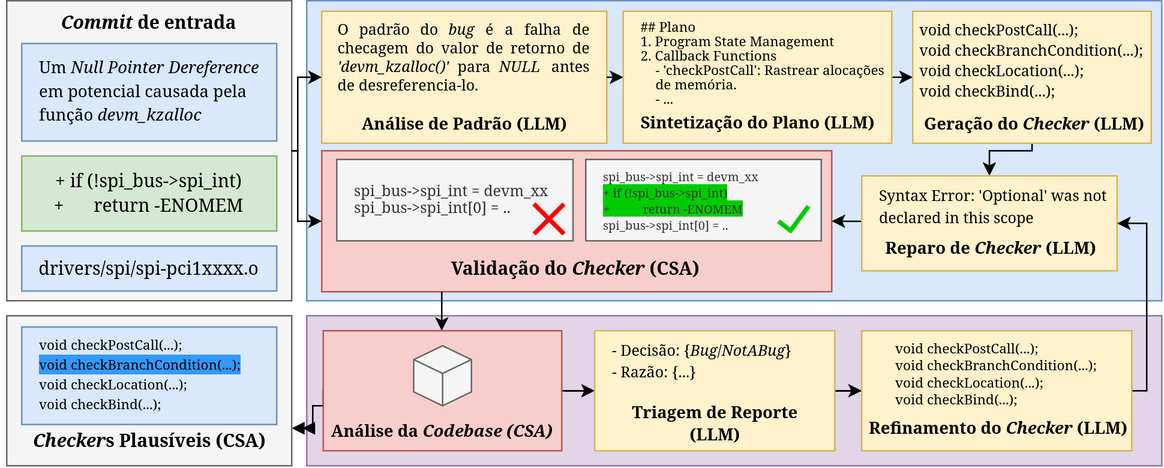
Earlier version of the draw.io export tcc1/Images/Overview-KNighter.png (caiocxs/tcc_1). Source tidied: cells renumbered, new cells last; positions are measured from the earlier drawing's top-left corner, leaving out a move shared by most shapes.
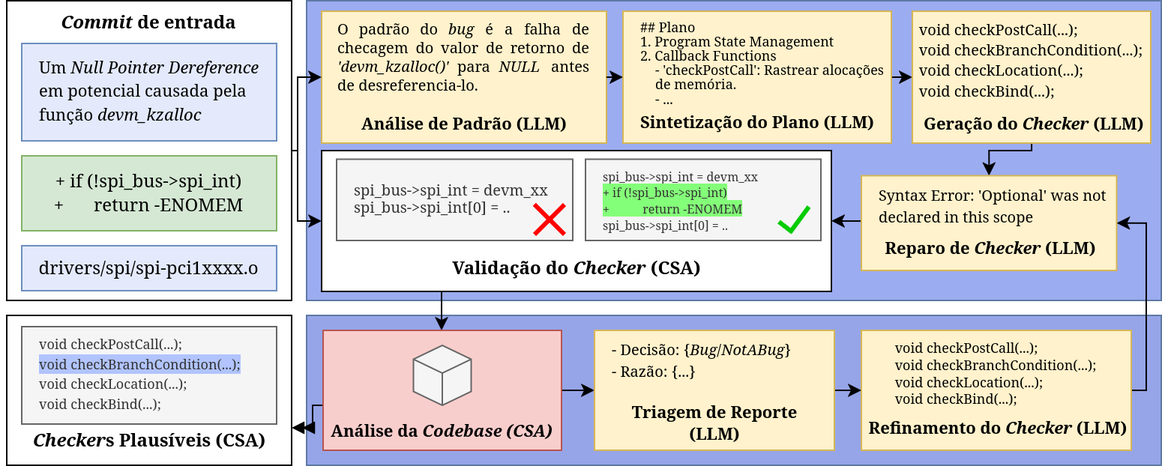
After the change.

What changed in the source:
```diff
@@ -2,47 +2,47 @@
   <root>
     <mxCell id="0" />
     <mxCell id="1" parent="0" />
-    <mxCell id="2" style="rounded=0;whiteSpace=wrap;html=1;fillColor=#f5f5f5;fontColor=#333333;strokeColor=#666666;" parent="1" vertex="1">
-      <mxGeometry x="4" width="190" height="200" as="geometry" />
-    </mxCell>
+    <mxCell id="45" style="rounded=0;whiteSpace=wrap;html=1;" parent="1" vertex="1">
+      <mxGeometry x="4" width="190" height="200" as="geometry" />
+    </mxCell>
     <mxCell id="3" value="&lt;font face=&quot;Latin-Modern&quot;&gt;&lt;i&gt;Commit&lt;/i&gt; de entrada&lt;/font&gt;" style="rounded=0;whiteSpace=wrap;html=1;fillColor=none;strokeColor=none;fontStyle=1;" parent="1" vertex="1">
       <mxGeometry x="39" y="6.5" width="120" height="17" as="geometry" />
     </mxCell>
-    <mxCell id="4" value="&lt;div style=&quot;padding-right: 10px; padding-left: 10px;&quot; align=&quot;left&quot;&gt;&lt;font face=&quot;Latin-Modern&quot; style=&quot;font-size: 11px;&quot;&gt;Um &lt;i&gt;Null Pointer Dereference&lt;/i&gt; em potencial causada pela função &lt;i&gt;devm_kzalloc&lt;/i&gt;&lt;/font&gt;&lt;/div&gt;" style="rounded=0;whiteSpace=wrap;html=1;fillColor=#dae8fc;strokeColor=#6c8ebf;align=left;" parent="1" vertex="1">
+    <mxCell id="4" value="&lt;div style=&quot;padding-right: 10px; padding-left: 10px;&quot; align=&quot;left&quot;&gt;&lt;font face=&quot;Latin-Modern&quot; style=&quot;font-size: 11px;&quot;&gt;Um &lt;i&gt;Null Pointer Dereference&lt;/i&gt; em potencial causada pela função &lt;i&gt;devm_kzalloc&lt;/i&gt;&lt;/font&gt;&lt;/div&gt;" style="rounded=0;whiteSpace=wrap;html=1;fillColor=#E4EAFC;strokeColor=#6c8ebf;align=left;" parent="1" vertex="1">
       <mxGeometry x="14" y="28.5" width="170" height="65" as="geometry" />
     </mxCell>
     <mxCell id="5" value="&lt;div&gt;&lt;font face=&quot;Latin-Modern&quot;&gt;+ if (!spi_bus-&amp;gt;spi_int)&lt;/font&gt;&lt;/div&gt;&lt;div align=&quot;left&quot;&gt;&lt;font face=&quot;Latin-Modern&quot;&gt;+&lt;span style=&quot;white-space: pre;&quot;&gt;&#9;&lt;/span&gt;return -ENOMEM&lt;/font&gt;&lt;/div&gt;" style="rounded=0;whiteSpace=wrap;html=1;fillColor=#d5e8d4;strokeColor=#82b366;" parent="1" vertex="1">
       <mxGeometry x="14" y="103.5" width="170" height="50" as="geometry" />
     </mxCell>
-    <mxCell id="6" value="&lt;font face=&quot;Latin-Modern&quot;&gt;drivers/spi/spi-pci1xxxx.o&lt;/font&gt;" style="rounded=0;whiteSpace=wrap;html=1;fillColor=#dae8fc;strokeColor=#6c8ebf;" parent="1" vertex="1">
+    <mxCell id="6" value="&lt;font face=&quot;Latin-Modern&quot;&gt;drivers/spi/spi-pci1xxxx.o&lt;/font&gt;" style="rounded=0;whiteSpace=wrap;html=1;fillColor=#E4EAFC;strokeColor=#6c8ebf;" parent="1" vertex="1">
       <mxGeometry x="14" y="163.5" width="170" height="30" as="geometry" />
     </mxCell>
-    <mxCell id="7" style="rounded=0;whiteSpace=wrap;html=1;fillColor=#dae8fc;strokeColor=#6c8ebf;" parent="1" vertex="1">
-      <mxGeometry x="204" width="570" height="200" as="geometry" />
-    </mxCell>
+    <mxCell id="46" style="rounded=0;whiteSpace=wrap;html=1;fillColor=#9CACF0;strokeColor=#5D79A4;" parent="1" vertex="1">
+      <mxGeometry x="204" width="570" height="200" as="geometry" />
+    </mxCell>
     <mxCell id="8" value="&lt;div style=&quot;line-height: 100%;&quot;&gt;&lt;div align=&quot;justify&quot;&gt;&lt;div style=&quot;padding-left: 10px; padding-right: 10px;&quot;&gt;&lt;font style=&quot;font-size: 10px; line-height: 100%;&quot; face=&quot;Latin-Modern&quot;&gt;O padrão do &lt;i&gt;bug&lt;/i&gt; é a falha de checagem do valor de retorno de &lt;i&gt;'devm_kzalloc()'&lt;/i&gt; para &lt;i&gt;NULL&lt;/i&gt; antes de desreferencia-lo.&lt;/font&gt;&lt;/div&gt;&lt;/div&gt;&lt;/div&gt;" style="rounded=0;whiteSpace=wrap;html=1;fillColor=#fff2cc;strokeColor=#d6b656;labelPosition=center;verticalLabelPosition=middle;align=center;verticalAlign=top;" parent="1" vertex="1">
       <mxGeometry x="214" y="7" width="190" height="88" as="geometry" />
     </mxCell>
-    <mxCell id="9" style="edgeStyle=orthogonalEdgeStyle;rounded=0;jettySize=auto;html=1;entryX=0;entryY=0.5;entryDx=0;entryDy=0;" parent="1" edge="1" target="8">
-      <mxGeometry relative="1" as="geometry">
-        <mxPoint x="194" y="100" as="sourcePoint" />
-        <Array as="points">
-          <mxPoint x="198" y="100" />
-          <mxPoint x="198" y="51" />
-        </Array>
-      </mxGeometry>
-    </mxCell>
-    <mxCell id="10" style="rounded=0;whiteSpace=wrap;html=1;fillColor=#f8cecc;strokeColor=#b85450;" parent="1" vertex="1">
-      <mxGeometry x="214" y="100" width="340" height="94" as="geometry" />
-    </mxCell>
-    <mxCell id="11" style="edgeStyle=orthogonalEdgeStyle;rounded=0;jettySize=auto;html=1;entryX=0;entryY=0.5;entryDx=0;entryDy=0;exitX=1;exitY=0.5;exitDx=0;exitDy=0;" parent="1" edge="1" source="2" target="10">
-      <mxGeometry relative="1" as="geometry">
-        <Array as="points">
-          <mxPoint x="198" y="100" />
-          <mxPoint x="198" y="147" />
-        </Array>
-      </mxGeometry>
-    </mxCell>
+    <mxCell id="47" style="edgeStyle=orthogonalEdgeStyle;rounded=0;jettySize=auto;html=1;entryX=0;entryY=0.5;entryDx=0;entryDy=0;" parent="1" edge="1" target="8">
+      <mxGeometry relative="1" as="geometry">
+        <mxPoint x="194" y="100" as="sourcePoint" />
+        <Array as="points">
+          <mxPoint x="198" y="100" />
+          <mxPoint x="198" y="51" />
+        </Array>
+      </mxGeometry>
+    </mxCell>
+    <mxCell id="48" style="rounded=0;whiteSpace=wrap;html=1;" parent="1" vertex="1">
+      <mxGeometry x="214" y="100" width="340" height="94" as="geometry" />
+    </mxCell>
+    <mxCell id="49" style="edgeStyle=orthogonalEdgeStyle;rounded=0;jettySize=auto;html=1;entryX=0;entryY=0.5;entryDx=0;entryDy=0;exitX=1;exitY=0.5;exitDx=0;exitDy=0;" parent="1" edge="1" source="45" target="48">
+      <mxGeometry relative="1" as="geometry">
+        <Array as="points">
+          <mxPoint x="198" y="100" />
+          <mxPoint x="198" y="147" />
+        </Array>
+      </mxGeometry>
+    </mxCell>
     <mxCell id="12" value="&lt;font face=&quot;Latin-Modern&quot;&gt;Análise de Padrão (LLM)&lt;/font&gt;" style="rounded=0;whiteSpace=wrap;html=1;fillColor=none;strokeColor=none;fontStyle=1;fontSize=11;" parent="1" vertex="1">
       <mxGeometry x="236.5" y="73" width="145" height="17" as="geometry" />
     </mxCell>
@@ -81,16 +81,16 @@
     <mxCell id="19" value="&lt;font face=&quot;Latin-Modern&quot;&gt;&amp;nbsp;Geração do &lt;i&gt;Checker&lt;/i&gt; (LLM)&lt;/font&gt;" style="rounded=0;whiteSpace=wrap;html=1;fillColor=none;strokeColor=none;fontStyle=1;fontSize=11;" parent="1" vertex="1">
       <mxGeometry x="609.8" y="73" width="155.5" height="17" as="geometry" />
     </mxCell>
-    <mxCell id="20" style="edgeStyle=orthogonalEdgeStyle;rounded=0;orthogonalLoop=1;jettySize=auto;html=1;entryX=1;entryY=0.5;entryDx=0;entryDy=0;" parent="1" edge="1">
-      <mxGeometry relative="1" as="geometry">
-        <mxPoint x="574" y="149.9" as="sourcePoint" />
-        <mxPoint x="554" y="146.9" as="targetPoint" />
-        <Array as="points">
-          <mxPoint x="574" y="147" />
-          <mxPoint x="564" y="147" />
-        </Array>
-      </mxGeometry>
-    </mxCell>
+    <mxCell id="50" style="edgeStyle=orthogonalEdgeStyle;rounded=0;orthogonalLoop=1;jettySize=auto;html=1;entryX=1;entryY=0.5;entryDx=0;entryDy=0;" parent="1" edge="1">
+      <mxGeometry relative="1" as="geometry">
+        <mxPoint x="574" y="149.9" as="sourcePoint" />
+        <mxPoint x="554" y="146.9" as="targetPoint" />
+        <Array as="points">
+          <mxPoint x="574" y="147" />
+          <mxPoint x="564" y="147" />
+        </Array>
+      </mxGeometry>
+    </mxCell>
     <mxCell id="21" value="&lt;font style=&quot;font-size: 10px;&quot; face=&quot;Latin-Modern&quot;&gt;Syntax Error: 'Optional' was not declared in this scope&lt;/font&gt;" style="rounded=0;whiteSpace=wrap;html=1;fillColor=#fff2cc;strokeColor=#d6b656;labelPosition=center;verticalLabelPosition=middle;align=left;verticalAlign=top;fontFamily=Helvetica;fontSize=12;fontColor=default;fontStyle=0;spacingLeft=10;" parent="1" vertex="1">
       <mxGeometry x="574" y="116.8" width="170.2" height="63.2" as="geometry" />
     </mxCell>
@@ -100,54 +100,54 @@
     <mxCell id="23" value="&lt;div style=&quot;line-height: 90%;&quot;&gt;&lt;div align=&quot;left&quot;&gt;&lt;font style=&quot;font-size: 10px; line-height: 90%;&quot; face=&quot;Latin-Modern&quot;&gt;spi_bus-&amp;gt;spi_int = devm_xx&lt;/font&gt;&lt;/div&gt;&lt;div align=&quot;left&quot;&gt;&lt;font style=&quot;font-size: 10px; line-height: 90%;&quot; face=&quot;Latin-Modern&quot;&gt;spi_bus-&amp;gt;spi_int[0] = ..&lt;/font&gt;&lt;/div&gt;&lt;/div&gt;" style="rounded=0;whiteSpace=wrap;html=1;fillColor=#f5f5f5;strokeColor=#666666;labelPosition=center;verticalLabelPosition=middle;align=left;verticalAlign=middle;spacingLeft=10;fontColor=#333333;" parent="1" vertex="1">
       <mxGeometry x="224" y="105.8" width="157.5" height="54.2" as="geometry" />
     </mxCell>
-    <mxCell id="24" value="&lt;div style=&quot;line-height: 90%;&quot;&gt;&lt;div align=&quot;left&quot;&gt;&lt;font style=&quot;font-size: 8px; line-height: 90%;&quot; face=&quot;Latin-Modern&quot;&gt;spi_bus-&amp;gt;spi_int = devm_xx&lt;/font&gt;&lt;/div&gt;&lt;div align=&quot;left&quot;&gt;&lt;font style=&quot;background-color: rgb(0, 204, 0); font-size: 8px; line-height: 90%;&quot; face=&quot;Latin-Modern&quot;&gt;+ if (!spi_bus-&amp;gt;spi_int)&lt;/font&gt;&lt;/div&gt;&lt;div align=&quot;left&quot;&gt;&lt;font style=&quot;background-color: rgb(0, 204, 0); font-size: 8px; line-height: 90%;&quot; face=&quot;Latin-Modern&quot;&gt;+&amp;nbsp;&lt;span style=&quot;white-space: pre;&quot;&gt;&#9;return -ENOMEM&lt;/span&gt;&lt;/font&gt;&lt;/div&gt;&lt;div align=&quot;left&quot;&gt;&lt;font style=&quot;font-size: 8px; line-height: 90%;&quot; face=&quot;Latin-Modern&quot;&gt;&lt;span style=&quot;white-space: pre;&quot;&gt;spi_bus-&amp;gt;spi_int[0] = ..&lt;/span&gt;&lt;/font&gt;&lt;/div&gt;&lt;/div&gt;" style="rounded=0;whiteSpace=wrap;html=1;fillColor=#f5f5f5;strokeColor=#666666;labelPosition=center;verticalLabelPosition=middle;align=left;verticalAlign=top;spacingLeft=10;fontColor=#333333;" parent="1" vertex="1">
+    <mxCell id="24" value="&lt;div style=&quot;line-height: 90%;&quot;&gt;&lt;div align=&quot;left&quot;&gt;&lt;font style=&quot;font-size: 8px; line-height: 90%;&quot; face=&quot;Latin-Modern&quot;&gt;spi_bus-&amp;gt;spi_int = devm_xx&lt;/font&gt;&lt;/div&gt;&lt;div align=&quot;left&quot;&gt;&lt;font style=&quot;font-size: 8px; line-height: 90%; background-color: rgb(132, 255, 121);&quot; face=&quot;Latin-Modern&quot;&gt;+ if (!spi_bus-&amp;gt;spi_int)&lt;/font&gt;&lt;/div&gt;&lt;div align=&quot;left&quot;&gt;&lt;font style=&quot;font-size: 8px; line-height: 90%; background-color: rgb(132, 255, 121);&quot; face=&quot;Latin-Modern&quot;&gt;+&amp;nbsp;&lt;span style=&quot;white-space: pre;&quot;&gt;&#9;return -ENOMEM&lt;/span&gt;&lt;/font&gt;&lt;/div&gt;&lt;div align=&quot;left&quot;&gt;&lt;font style=&quot;font-size: 8px; line-height: 90%;&quot; face=&quot;Latin-Modern&quot;&gt;&lt;span style=&quot;white-space: pre;&quot;&gt;spi_bus-&amp;gt;spi_int[0] = ..&lt;/span&gt;&lt;/font&gt;&lt;/div&gt;&lt;/div&gt;" style="rounded=0;whiteSpace=wrap;html=1;fillColor=#f5f5f5;strokeColor=#666666;labelPosition=center;verticalLabelPosition=middle;align=left;verticalAlign=top;spacingLeft=10;fontColor=#333333;" parent="1" vertex="1">
       <mxGeometry x="390" y="105.8" width="157" height="54.2" as="geometry" />
     </mxCell>
-    <mxCell id="25" style="shape=umlDestroy;whiteSpace=wrap;html=1;strokeWidth=3;targetShapes=umlLifeline;fillColor=#f8cecc;strokeColor=#FF0000;" parent="1" vertex="1">
-      <mxGeometry x="356" y="136" width="20" height="20" as="geometry" />
-    </mxCell>
-    <mxCell id="26" style="endArrow=none;html=1;rounded=0;strokeWidth=3;strokeColor=#00CC00;" parent="1" edge="1">
-      <mxGeometry relative="1" as="geometry">
-        <mxPoint x="526.5" y="154.5" as="sourcePoint" />
-        <mxPoint x="539" y="137.5" as="targetPoint" />
-      </mxGeometry>
-    </mxCell>
-    <mxCell id="27" style="endArrow=none;html=1;rounded=0;strokeWidth=3;strokeColor=#00CC00;" parent="1" edge="1">
-      <mxGeometry relative="1" as="geometry">
-        <mxPoint x="528" y="154.5" as="sourcePoint" />
-        <mxPoint x="519" y="147.5" as="targetPoint" />
-      </mxGeometry>
-    </mxCell>
+    <mxCell id="51" style="shape=umlDestroy;whiteSpace=wrap;html=1;strokeWidth=3;targetShapes=umlLifeline;fillColor=#f8cecc;strokeColor=#FF0000;" parent="1" vertex="1">
+      <mxGeometry x="356" y="136" width="20" height="20" as="geometry" />
+    </mxCell>
+    <mxCell id="52" style="endArrow=none;html=1;rounded=0;strokeWidth=3;strokeColor=#00CC00;" parent="1" edge="1">
+      <mxGeometry relative="1" as="geometry">
+        <mxPoint x="526.5" y="154.5" as="sourcePoint" />
+        <mxPoint x="539" y="137.5" as="targetPoint" />
+      </mxGeometry>
+    </mxCell>
+    <mxCell id="53" style="endArrow=none;html=1;rounded=0;strokeWidth=3;strokeColor=#00CC00;" parent="1" edge="1">
+      <mxGeometry relative="1" as="geometry">
+        <mxPoint x="528" y="154.5" as="sourcePoint" />
+        <mxPoint x="519" y="147.5" as="targetPoint" />
+      </mxGeometry>
+    </mxCell>
     <mxCell id="28" value="&lt;font face=&quot;Latin-Modern&quot;&gt;Validação do &lt;i&gt;Checker&lt;/i&gt;&amp;nbsp;(CSA)&lt;/font&gt;" style="rounded=0;whiteSpace=wrap;html=1;fillColor=none;strokeColor=none;fontStyle=1;" parent="1" vertex="1">
       <mxGeometry x="284.5" y="170" width="199" height="17" as="geometry" />
     </mxCell>
-    <mxCell id="29" style="rounded=0;whiteSpace=wrap;html=1;fillColor=#e1d5e7;strokeColor=#9673a6;" parent="1" vertex="1">
-      <mxGeometry x="204" y="210" width="570" height="100" as="geometry" />
-    </mxCell>
-    <mxCell id="30" style="edgeStyle=orthogonalEdgeStyle;rounded=0;orthogonalLoop=1;jettySize=auto;html=1;" parent="1" edge="1">
-      <mxGeometry relative="1" as="geometry">
-        <mxPoint x="294" y="194" as="sourcePoint" />
-        <mxPoint x="294" y="220" as="targetPoint" />
-      </mxGeometry>
-    </mxCell>
-    <mxCell id="31" style="edgeStyle=orthogonalEdgeStyle;rounded=0;jettySize=auto;html=1;entryX=0;entryY=0.5;entryDx=0;entryDy=0;" parent="1" edge="1" source="33" target="37">
-      <mxGeometry relative="1" as="geometry" />
-    </mxCell>
-    <mxCell id="32" style="edgeStyle=orthogonalEdgeStyle;rounded=0;jettySize=auto;html=1;exitX=0;exitY=0.5;exitDx=0;exitDy=0;entryX=1;entryY=0.75;entryDx=0;entryDy=0;endArrow=doubleBlock;endFill=1;" parent="1" edge="1" source="33" target="42">
-      <mxGeometry relative="1" as="geometry">
-        <Array as="points">
-          <mxPoint x="215" y="270" />
-          <mxPoint x="208" y="270" />
-          <mxPoint x="208" y="285" />
-        </Array>
-      </mxGeometry>
-    </mxCell>
-    <mxCell id="33" style="rounded=0;whiteSpace=wrap;html=1;fillColor=#f8cecc;strokeColor=#b85450;" parent="1" vertex="1">
-      <mxGeometry x="215" y="220" width="159" height="80" as="geometry" />
-    </mxCell>
-    <mxCell id="34" style="html=1;whiteSpace=wrap;shape=isoCube2;backgroundOutline=1;isoAngle=15;fillColor=#f5f5f5;fontColor=#333333;strokeColor=#666666;" parent="1" vertex="1">
-      <mxGeometry x="275.2" y="230" width="38.5" height="40" as="geometry" />
-    </mxCell>
+    <mxCell id="54" style="rounded=0;whiteSpace=wrap;html=1;fillColor=#96A5E8;strokeColor=#5D79A4;" parent="1" vertex="1">
+      <mxGeometry x="204" y="210" width="570" height="100" as="geometry" />
+    </mxCell>
+    <mxCell id="55" style="edgeStyle=orthogonalEdgeStyle;rounded=0;orthogonalLoop=1;jettySize=auto;html=1;" parent="1" edge="1">
+      <mxGeometry relative="1" as="geometry">
+        <mxPoint x="294" y="194" as="sourcePoint" />
+        <mxPoint x="294" y="220" as="targetPoint" />
+      </mxGeometry>
+    </mxCell>
+    <mxCell id="56" style="edgeStyle=orthogonalEdgeStyle;rounded=0;jettySize=auto;html=1;entryX=0;entryY=0.5;entryDx=0;entryDy=0;" parent="1" edge="1" source="58" target="37">
+      <mxGeometry relative="1" as="geometry" />
+    </mxCell>
+    <mxCell id="57" style="edgeStyle=orthogonalEdgeStyle;rounded=0;jettySize=auto;html=1;exitX=0;exitY=0.5;exitDx=0;exitDy=0;entryX=1;entryY=0.75;entryDx=0;entryDy=0;endArrow=doubleBlock;endFill=1;" parent="1" edge="1" source="58" target="60">
+      <mxGeometry relative="1" as="geometry">
+        <Array as="points">
+          <mxPoint x="215" y="270" />
+          <mxPoint x="208" y="270" />
+          <mxPoint x="208" y="285" />
+        </Array>
+      </mxGeometry>
+    </mxCell>
+    <mxCell id="58" style="rounded=0;whiteSpace=wrap;html=1;fillColor=#f8cecc;strokeColor=#b85450;" parent="1" vertex="1">
+      <mxGeometry x="215" y="220" width="159" height="80" as="geometry" />
+    </mxCell>
+    <mxCell id="59" style="html=1;whiteSpace=wrap;shape=isoCube2;backgroundOutline=1;isoAngle=15;fillColor=#f5f5f5;fontColor=#333333;strokeColor=#666666;" parent="1" vertex="1">
+      <mxGeometry x="275.2" y="230" width="38.5" height="40" as="geometry" />
+    </mxCell>
     <mxCell id="35" value="&lt;font face=&quot;Latin-Modern&quot;&gt;Análise da &lt;i&gt;Codebase (CSA)&lt;/i&gt;&lt;/font&gt;" style="rounded=0;whiteSpace=wrap;html=1;fillColor=none;strokeColor=none;fontStyle=1;fontSize=11;" parent="1" vertex="1">
       <mxGeometry x="195" y="278" width="199" height="17" as="geometry" />
     </mxCell>
@@ -174,13 +174,13 @@
     <mxCell id="41" value="&lt;font face=&quot;Latin-Modern&quot;&gt;&amp;nbsp;Refinamento do &lt;i&gt;Checker&lt;/i&gt; (LLM)&lt;/font&gt;" style="rounded=0;whiteSpace=wrap;html=1;fillColor=none;strokeColor=none;fontStyle=1;fontSize=11;" parent="1" vertex="1">
       <mxGeometry x="570" y="276" width="187.8" height="17" as="geometry" />
     </mxCell>
-    <mxCell id="42" style="rounded=0;whiteSpace=wrap;html=1;fillColor=#f5f5f5;strokeColor=#666666;labelPosition=center;verticalLabelPosition=middle;align=left;verticalAlign=middle;spacingLeft=10;fontColor=#333333;" parent="1" vertex="1">
-      <mxGeometry x="4" y="210" width="190" height="100" as="geometry" />
-    </mxCell>
+    <mxCell id="60" style="rounded=0;whiteSpace=wrap;html=1;labelPosition=center;verticalLabelPosition=middle;align=left;verticalAlign=middle;spacingLeft=10;" parent="1" vertex="1">
+      <mxGeometry x="4" y="210" width="190" height="100" as="geometry" />
+    </mxCell>
     <mxCell id="43" value="&lt;font face=&quot;Latin-Modern&quot;&gt;&lt;i&gt;Checker&lt;/i&gt;s Plausíveis (CSA)&lt;/font&gt;" style="rounded=0;whiteSpace=wrap;html=1;fillColor=none;strokeColor=none;fontStyle=1;" parent="1" vertex="1">
       <mxGeometry x="-0.5" y="285" width="199" height="17" as="geometry" />
     </mxCell>
-    <mxCell id="44" value="&lt;div style=&quot;padding-right: 10px; padding-left: 10px;&quot; align=&quot;left&quot;&gt;&lt;div style=&quot;line-height: 110%;&quot;&gt;&lt;div align=&quot;justify&quot;&gt;&lt;div&gt;&lt;font style=&quot;line-height: 110%; font-size: 9px;&quot; face=&quot;Latin-Modern&quot;&gt;void checkPostCall(...);&lt;/font&gt;&lt;/div&gt;&lt;div&gt;&lt;font style=&quot;line-height: 110%; font-size: 9px; background-color: rgb(51, 153, 255);&quot; face=&quot;Latin-Modern&quot;&gt;void checkBranchCondition(...);&lt;/font&gt;&lt;/div&gt;&lt;div&gt;&lt;font style=&quot;line-height: 110%; font-size: 9px;&quot; face=&quot;Latin-Modern&quot;&gt;void checkLocation(...);&lt;/font&gt;&lt;/div&gt;&lt;div&gt;&lt;font style=&quot;line-height: 110%; font-size: 9px;&quot; face=&quot;Latin-Modern&quot;&gt;void checkBind(...);&lt;/font&gt;&lt;/div&gt;&lt;/div&gt;&lt;/div&gt;&lt;/div&gt;" style="rounded=0;whiteSpace=wrap;html=1;fillColor=#dae8fc;strokeColor=#6c8ebf;align=left;" parent="1" vertex="1">
+    <mxCell id="44" value="&lt;div style=&quot;padding-right: 10px; padding-left: 10px;&quot; align=&quot;left&quot;&gt;&lt;div style=&quot;line-height: 110%;&quot;&gt;&lt;div align=&quot;justify&quot;&gt;&lt;div&gt;&lt;font style=&quot;line-height: 110%; font-size: 9px;&quot; face=&quot;Latin-Modern&quot;&gt;void checkPostCall(...);&lt;/font&gt;&lt;/div&gt;&lt;div&gt;&lt;font style=&quot;line-height: 110%; font-size: 9px; background-color: rgb(177, 196, 255);&quot; face=&quot;Latin-Modern&quot;&gt;void checkBranchCondition(...);&lt;/font&gt;&lt;/div&gt;&lt;div&gt;&lt;font style=&quot;line-height: 110%; font-size: 9px;&quot; face=&quot;Latin-Modern&quot;&gt;void checkLocation(...);&lt;/font&gt;&lt;/div&gt;&lt;div&gt;&lt;font style=&quot;line-height: 110%; font-size: 9px;&quot; face=&quot;Latin-Modern&quot;&gt;void checkBind(...);&lt;/font&gt;&lt;/div&gt;&lt;/div&gt;&lt;/div&gt;&lt;/div&gt;" style="rounded=0;whiteSpace=wrap;html=1;fillColor=#f5f5f5;strokeColor=#666666;align=left;fontColor=#333333;" parent="1" vertex="1">
       <mxGeometry x="14" y="217.5" width="170" height="65" as="geometry" />
     </mxCell>
   </root>
```
